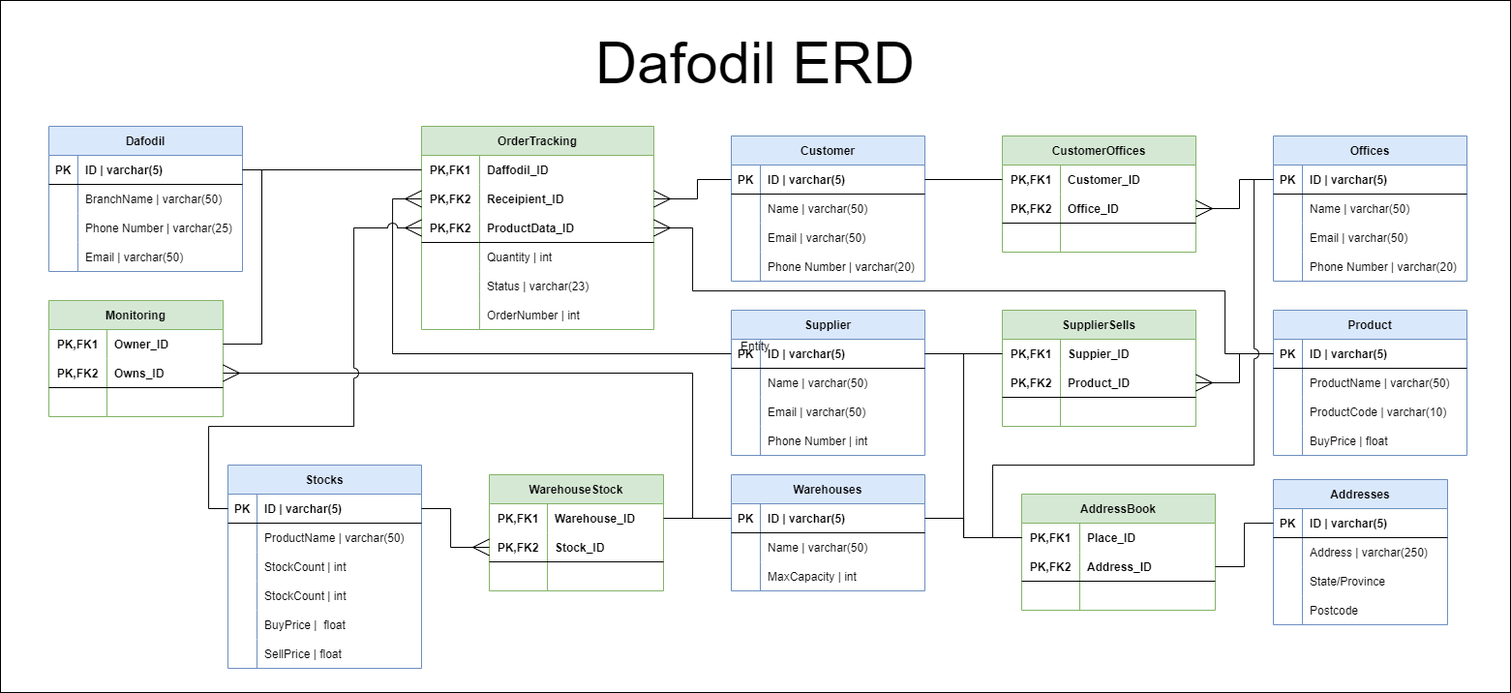
Before: ERDcomplete.png, a diagram exported from draw.io (BaiOmarFromBathSpa/Databases-Assesment). Source tidied: cells renumbered, new cells last; positions are measured from the earlier drawing's top-left corner, leaving out a move shared by most shapes.
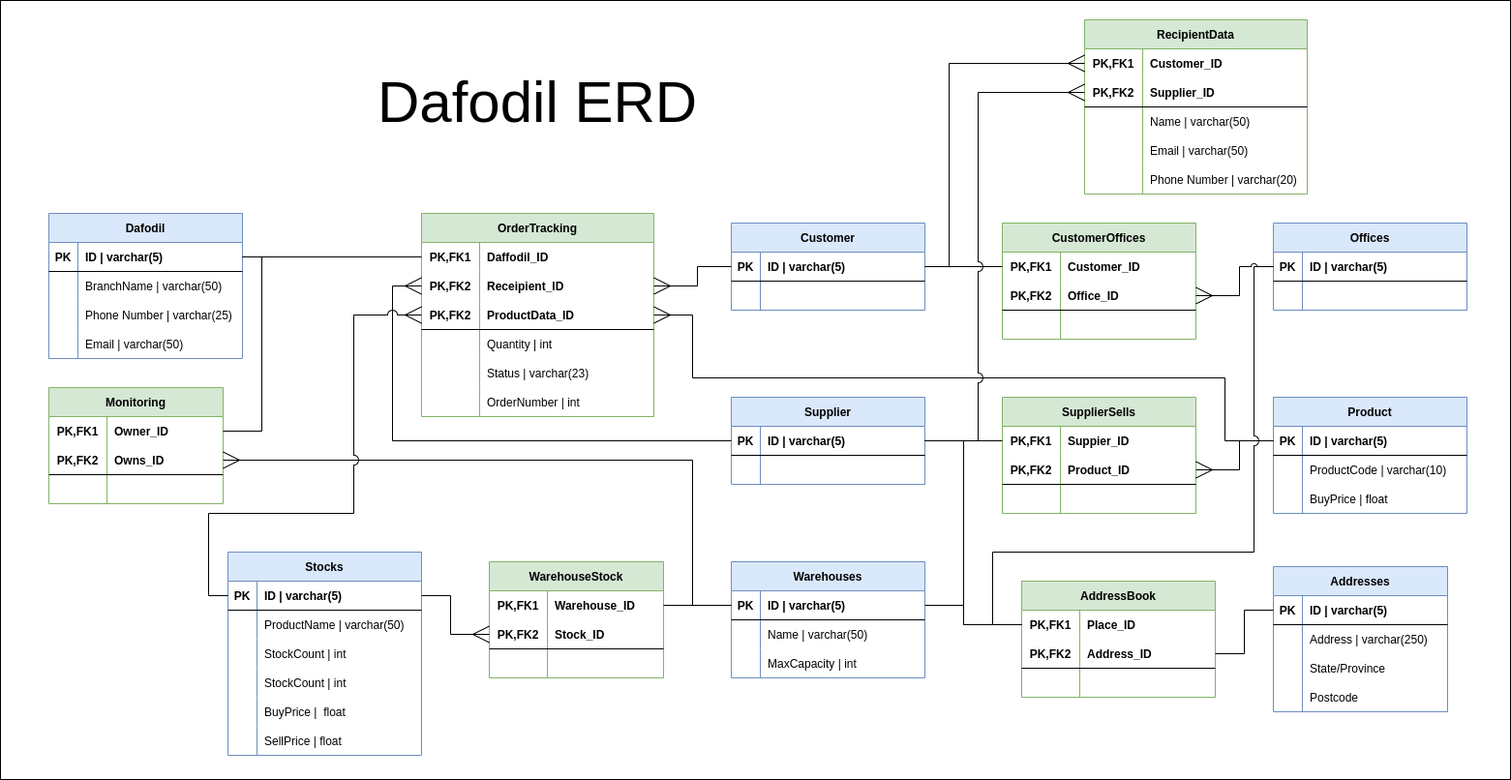
The same file after the commit.

Diff of the diagram source:
```diff
@@ -4,4 +4,4 @@
     <mxCell id="1" parent="0" />
-    <mxCell id="2" value="Entity" style="whiteSpace=wrap;html=1;align=center;strokeColor=default;fillColor=default;backgroundOutline=1;" parent="1" vertex="1">
-      <mxGeometry width="1560" height="715" as="geometry" />
+    <mxCell id="2" style="whiteSpace=wrap;html=1;align=center;strokeColor=default;fillColor=default;backgroundOutline=1;" parent="1" vertex="1">
+      <mxGeometry y="-90" width="1560" height="805" as="geometry" />
     </mxCell>
@@ -38,3 +38,3 @@
     <mxCell id="13" value="Customer" style="shape=table;startSize=30;rowLines=0;fontStyle=1;align=center;strokeColor=#6c8ebf;fillColor=#dae8fc;" parent="1" vertex="1">
-      <mxGeometry x="755" y="140" width="200" height="150" as="geometry" />
+      <mxGeometry x="755" y="140" width="200" height="90" as="geometry" />
     </mxCell>
@@ -49,31 +49,13 @@
     </mxCell>
-    <mxCell id="17" style="shape=tableRow;horizontal=0;startSize=0;swimlaneHead=0;swimlaneBody=0;fillColor=none;top=0;left=0;right=0;bottom=0;strokeColor=default;" parent="13" vertex="1">
-      <mxGeometry y="60" width="200" height="30" as="geometry" />
-    </mxCell>
-    <mxCell id="18" style="shape=partialRectangle;fillColor=none;top=0;left=0;bottom=0;right=0;overflow=hidden;strokeColor=default;" parent="17" vertex="1">
-      <mxGeometry width="30" height="30" as="geometry" />
-    </mxCell>
-    <mxCell id="19" value="Name | varchar(50)" style="shape=partialRectangle;fillColor=none;top=0;left=0;bottom=0;right=0;align=left;spacingLeft=6;overflow=hidden;strokeColor=default;" parent="17" vertex="1">
-      <mxGeometry x="30" width="170" height="30" as="geometry" />
-    </mxCell>
-    <mxCell id="20" style="shape=tableRow;horizontal=0;startSize=0;swimlaneHead=0;swimlaneBody=0;fillColor=none;top=0;left=0;right=0;bottom=0;strokeColor=default;" parent="13" vertex="1">
-      <mxGeometry y="90" width="200" height="30" as="geometry" />
-    </mxCell>
-    <mxCell id="21" style="shape=partialRectangle;fillColor=none;top=0;left=0;bottom=0;right=0;overflow=hidden;strokeColor=default;" parent="20" vertex="1">
-      <mxGeometry width="30" height="30" as="geometry" />
-    </mxCell>
-    <mxCell id="22" value="Email | varchar(50)" style="shape=partialRectangle;fillColor=none;top=0;left=0;bottom=0;right=0;align=left;spacingLeft=6;overflow=hidden;strokeColor=default;" parent="20" vertex="1">
-      <mxGeometry x="30" width="170" height="30" as="geometry" />
-    </mxCell>
-    <mxCell id="23" style="shape=tableRow;horizontal=0;startSize=0;swimlaneHead=0;swimlaneBody=0;fillColor=none;top=0;left=0;right=0;bottom=0;strokeColor=default;" parent="13" vertex="1">
-      <mxGeometry y="120" width="200" height="30" as="geometry" />
-    </mxCell>
-    <mxCell id="24" style="shape=partialRectangle;fillColor=none;top=0;left=0;bottom=0;right=0;overflow=hidden;strokeColor=default;" parent="23" vertex="1">
-      <mxGeometry width="30" height="30" as="geometry" />
-    </mxCell>
-    <mxCell id="25" value="Phone Number | varchar(20)" style="shape=partialRectangle;fillColor=none;top=0;left=0;bottom=0;right=0;align=left;spacingLeft=6;overflow=hidden;strokeColor=default;" parent="23" vertex="1">
-      <mxGeometry x="30" width="170" height="30" as="geometry" />
-    </mxCell>
+    <mxCell id="197" style="shape=tableRow;horizontal=0;startSize=0;swimlaneHead=0;swimlaneBody=0;fillColor=none;top=0;left=0;right=0;bottom=0;strokeColor=default;" parent="13" vertex="1">
+      <mxGeometry y="60" width="200" height="30" as="geometry" />
+    </mxCell>
+    <mxCell id="198" style="shape=partialRectangle;fillColor=none;top=0;left=0;bottom=0;right=0;overflow=hidden;strokeColor=default;" parent="197" vertex="1">
+      <mxGeometry width="30" height="30" as="geometry" />
+    </mxCell>
+    <mxCell id="199" style="shape=partialRectangle;fillColor=none;top=0;left=0;bottom=0;right=0;align=left;spacingLeft=6;overflow=hidden;strokeColor=default;" parent="197" vertex="1">
+      <mxGeometry x="30" width="170" height="30" as="geometry" />
+    </mxCell>
     <mxCell id="26" value="Offices" style="shape=table;startSize=30;rowLines=0;fontStyle=1;align=center;strokeColor=#6c8ebf;fillColor=#dae8fc;" parent="1" vertex="1">
-      <mxGeometry x="1315" y="140" width="200" height="150" as="geometry" />
+      <mxGeometry x="1315" y="140" width="200" height="90" as="geometry" />
     </mxCell>
@@ -88,22 +70,4 @@
     </mxCell>
-    <mxCell id="30" style="shape=tableRow;horizontal=0;startSize=0;swimlaneHead=0;swimlaneBody=0;fillColor=none;top=0;left=0;right=0;bottom=0;strokeColor=default;" parent="26" vertex="1">
-      <mxGeometry y="60" width="200" height="30" as="geometry" />
-    </mxCell>
-    <mxCell id="31" style="shape=partialRectangle;fillColor=none;top=0;left=0;bottom=0;right=0;overflow=hidden;strokeColor=default;" parent="30" vertex="1">
-      <mxGeometry width="30" height="30" as="geometry" />
-    </mxCell>
-    <mxCell id="32" value="Name | varchar(50)" style="shape=partialRectangle;fillColor=none;top=0;left=0;bottom=0;right=0;align=left;spacingLeft=6;overflow=hidden;strokeColor=default;" parent="30" vertex="1">
-      <mxGeometry x="30" width="170" height="30" as="geometry" />
-    </mxCell>
-    <mxCell id="33" style="shape=tableRow;horizontal=0;startSize=0;swimlaneHead=0;swimlaneBody=0;fillColor=none;top=0;left=0;right=0;bottom=0;strokeColor=default;" parent="26" vertex="1">
-      <mxGeometry y="90" width="200" height="30" as="geometry" />
-    </mxCell>
-    <mxCell id="34" style="shape=partialRectangle;fillColor=none;top=0;left=0;bottom=0;right=0;overflow=hidden;strokeColor=default;" parent="33" vertex="1">
-      <mxGeometry width="30" height="30" as="geometry" />
-    </mxCell>
-    <mxCell id="35" value="Email | varchar(50)" style="shape=partialRectangle;fillColor=none;top=0;left=0;bottom=0;right=0;align=left;spacingLeft=6;overflow=hidden;strokeColor=default;" parent="33" vertex="1">
-      <mxGeometry x="30" width="170" height="30" as="geometry" />
-    </mxCell>
     <mxCell id="36" style="shape=tableRow;horizontal=0;startSize=0;swimlaneHead=0;swimlaneBody=0;fillColor=none;top=0;left=0;right=0;bottom=0;strokeColor=default;" parent="26" vertex="1">
-      <mxGeometry y="120" width="200" height="30" as="geometry" />
+      <mxGeometry y="60" width="200" height="30" as="geometry" />
     </mxCell>
@@ -112,3 +76,3 @@
     </mxCell>
-    <mxCell id="38" value="Phone Number | varchar(20)" style="shape=partialRectangle;fillColor=none;top=0;left=0;bottom=0;right=0;align=left;spacingLeft=6;overflow=hidden;strokeColor=default;" parent="36" vertex="1">
+    <mxCell id="38" style="shape=partialRectangle;fillColor=none;top=0;left=0;bottom=0;right=0;align=left;spacingLeft=6;overflow=hidden;strokeColor=default;" parent="36" vertex="1">
       <mxGeometry x="30" width="170" height="30" as="geometry" />
@@ -290,3 +254,3 @@
     <mxCell id="97" value="Supplier" style="shape=table;startSize=30;rowLines=0;fontStyle=1;align=center;strokeColor=#6c8ebf;fillColor=#dae8fc;" parent="1" vertex="1">
-      <mxGeometry x="755" y="320" width="200" height="150" as="geometry" />
+      <mxGeometry x="755" y="320" width="200" height="90" as="geometry" />
     </mxCell>
@@ -301,22 +265,4 @@
     </mxCell>
-    <mxCell id="101" style="shape=tableRow;horizontal=0;startSize=0;swimlaneHead=0;swimlaneBody=0;fillColor=none;top=0;left=0;right=0;bottom=0;strokeColor=default;" parent="97" vertex="1">
-      <mxGeometry y="60" width="200" height="30" as="geometry" />
-    </mxCell>
-    <mxCell id="102" style="shape=partialRectangle;fillColor=none;top=0;left=0;bottom=0;right=0;overflow=hidden;strokeColor=default;" parent="101" vertex="1">
-      <mxGeometry width="30" height="30" as="geometry" />
-    </mxCell>
-    <mxCell id="103" value="Name | varchar(50)" style="shape=partialRectangle;fillColor=none;top=0;left=0;bottom=0;right=0;align=left;spacingLeft=6;overflow=hidden;strokeColor=default;" parent="101" vertex="1">
-      <mxGeometry x="30" width="170" height="30" as="geometry" />
-    </mxCell>
-    <mxCell id="104" style="shape=tableRow;horizontal=0;startSize=0;swimlaneHead=0;swimlaneBody=0;fillColor=none;top=0;left=0;right=0;bottom=0;strokeColor=default;" parent="97" vertex="1">
-      <mxGeometry y="90" width="200" height="30" as="geometry" />
-    </mxCell>
-    <mxCell id="105" style="shape=partialRectangle;fillColor=none;top=0;left=0;bottom=0;right=0;overflow=hidden;strokeColor=default;" parent="104" vertex="1">
-      <mxGeometry width="30" height="30" as="geometry" />
-    </mxCell>
-    <mxCell id="106" value="Email | varchar(50)" style="shape=partialRectangle;fillColor=none;top=0;left=0;bottom=0;right=0;align=left;spacingLeft=6;overflow=hidden;strokeColor=default;" parent="104" vertex="1">
-      <mxGeometry x="30" width="170" height="30" as="geometry" />
-    </mxCell>
     <mxCell id="107" style="shape=tableRow;horizontal=0;startSize=0;swimlaneHead=0;swimlaneBody=0;fillColor=none;top=0;left=0;right=0;bottom=0;strokeColor=default;" parent="97" vertex="1">
-      <mxGeometry y="120" width="200" height="30" as="geometry" />
+      <mxGeometry y="60" width="200" height="30" as="geometry" />
     </mxCell>
@@ -325,3 +271,3 @@
     </mxCell>
-    <mxCell id="109" value="Phone Number | int" style="shape=partialRectangle;fillColor=none;top=0;left=0;bottom=0;right=0;align=left;spacingLeft=6;overflow=hidden;strokeColor=default;" parent="107" vertex="1">
+    <mxCell id="109" style="shape=partialRectangle;fillColor=none;top=0;left=0;bottom=0;right=0;align=left;spacingLeft=6;overflow=hidden;strokeColor=default;" parent="107" vertex="1">
       <mxGeometry x="30" width="170" height="30" as="geometry" />
@@ -332,3 +278,3 @@
     <mxCell id="111" value="Product" style="shape=table;startSize=30;rowLines=0;fontStyle=1;align=center;strokeColor=#6c8ebf;fillColor=#dae8fc;" parent="1" vertex="1">
-      <mxGeometry x="1315" y="320" width="200" height="150" as="geometry" />
+      <mxGeometry x="1315" y="320" width="200" height="120" as="geometry" />
     </mxCell>
@@ -343,13 +289,4 @@
     </mxCell>
-    <mxCell id="115" style="shape=tableRow;horizontal=0;startSize=0;swimlaneHead=0;swimlaneBody=0;fillColor=none;top=0;left=0;right=0;bottom=0;strokeColor=default;" parent="111" vertex="1">
-      <mxGeometry y="60" width="200" height="30" as="geometry" />
-    </mxCell>
-    <mxCell id="116" style="shape=partialRectangle;fillColor=none;top=0;left=0;bottom=0;right=0;overflow=hidden;strokeColor=default;" parent="115" vertex="1">
-      <mxGeometry width="30" height="30" as="geometry" />
-    </mxCell>
-    <mxCell id="117" value="ProductName | varchar(50)" style="shape=partialRectangle;fillColor=none;top=0;left=0;bottom=0;right=0;align=left;spacingLeft=6;overflow=hidden;strokeColor=default;" parent="115" vertex="1">
-      <mxGeometry x="30" width="170" height="30" as="geometry" />
-    </mxCell>
     <mxCell id="118" style="shape=tableRow;horizontal=0;startSize=0;swimlaneHead=0;swimlaneBody=0;fillColor=none;top=0;left=0;right=0;bottom=0;strokeColor=default;" parent="111" vertex="1">
-      <mxGeometry y="90" width="200" height="30" as="geometry" />
+      <mxGeometry y="60" width="200" height="30" as="geometry" />
     </mxCell>
@@ -362,3 +299,3 @@
     <mxCell id="121" style="shape=tableRow;horizontal=0;startSize=0;swimlaneHead=0;swimlaneBody=0;fillColor=none;top=0;left=0;right=0;bottom=0;strokeColor=default;" parent="111" vertex="1">
-      <mxGeometry y="120" width="200" height="30" as="geometry" />
+      <mxGeometry y="90" width="200" height="30" as="geometry" />
     </mxCell>
@@ -623,4 +560,68 @@
     <mxCell id="196" value="&lt;font style=&quot;font-size: 60px;&quot;&gt;Dafodil ERD&lt;/font&gt;" style="whiteSpace=wrap;html=1;align=center;strokeColor=none;fontSize=40;fillColor=default;" parent="1" vertex="1">
-      <mxGeometry x="550" y="20" width="460" height="90" as="geometry" />
+      <mxGeometry x="325" y="-30" width="460" height="90" as="geometry" />
     </mxCell>
+    <mxCell id="200" value="RecipientData" style="shape=table;startSize=30;rowLines=0;fontStyle=1;align=center;strokeColor=#82b366;fillColor=#d5e8d4;" parent="1" vertex="1">
+      <mxGeometry x="1120" y="-70" width="230" height="180" as="geometry" />
+    </mxCell>
+    <mxCell id="201" style="shape=tableRow;horizontal=0;startSize=0;swimlaneHead=0;swimlaneBody=0;fillColor=none;points=[[0,0.5],[1,0.5]];portConstraint=eastwest;top=0;left=0;right=0;bottom=0;strokeColor=default;" parent="200" vertex="1">
+      <mxGeometry y="30" width="230" height="30" as="geometry" />
+    </mxCell>
+    <mxCell id="202" value="PK,FK1" style="shape=partialRectangle;fillColor=none;top=0;left=0;bottom=0;right=0;fontStyle=1;overflow=hidden;strokeColor=default;" parent="201" vertex="1">
+      <mxGeometry width="60" height="30" as="geometry" />
+    </mxCell>
+    <mxCell id="203" value="Customer_ID" style="shape=partialRectangle;fillColor=none;top=0;left=0;bottom=0;right=0;align=left;spacingLeft=6;fontStyle=1;overflow=hidden;strokeColor=default;" parent="201" vertex="1">
+      <mxGeometry x="60" width="170" height="30" as="geometry" />
+    </mxCell>
+    <mxCell id="204" style="shape=tableRow;horizontal=0;startSize=0;swimlaneHead=0;swimlaneBody=0;fillColor=none;points=[[0,0.5],[1,0.5]];portConstraint=eastwest;top=0;left=0;right=0;bottom=1;strokeColor=default;" parent="200" vertex="1">
+      <mxGeometry y="60" width="230" height="30" as="geometry" />
+    </mxCell>
+    <mxCell id="205" value="PK,FK2" style="shape=partialRectangle;fillColor=none;top=0;left=0;bottom=0;right=0;fontStyle=1;overflow=hidden;strokeColor=default;" parent="204" vertex="1">
+      <mxGeometry width="60" height="30" as="geometry" />
+    </mxCell>
+    <mxCell id="206" value="Supplier_ID" style="shape=partialRectangle;fillColor=none;top=0;left=0;bottom=0;right=0;align=left;spacingLeft=6;fontStyle=1;overflow=hidden;strokeColor=default;" parent="204" vertex="1">
+      <mxGeometry x="60" width="170" height="30" as="geometry" />
+    </mxCell>
+    <mxCell id="17" style="shape=tableRow;horizontal=0;startSize=0;swimlaneHead=0;swimlaneBody=0;fillColor=none;top=0;left=0;right=0;bottom=0;strokeColor=default;" parent="200" vertex="1">
+      <mxGeometry y="90" width="230" height="30" as="geometry" />
+    </mxCell>
+    <mxCell id="18" style="shape=partialRectangle;fillColor=none;top=0;left=0;bottom=0;right=0;overflow=hidden;strokeColor=default;" parent="17" vertex="1">
+      <mxGeometry width="60" height="30" as="geometry" />
+    </mxCell>
+    <mxCell id="19" value="Name | varchar(50)" style="shape=partialRectangle;fillColor=none;top=0;left=0;bottom=0;right=0;align=left;spacingLeft=6;overflow=hidden;strokeColor=default;" parent="17" vertex="1">
+      <mxGeometry x="60" width="170" height="30" as="geometry" />
+    </mxCell>
+    <mxCell id="20" style="shape=tableRow;horizontal=0;startSize=0;swimlaneHead=0;swimlaneBody=0;fillColor=none;top=0;left=0;right=0;bottom=0;strokeColor=default;" parent="200" vertex="1">
+      <mxGeometry y="120" width="230" height="30" as="geometry" />
+    </mxCell>
+    <mxCell id="21" style="shape=partialRectangle;fillColor=none;top=0;left=0;bottom=0;right=0;overflow=hidden;strokeColor=default;" parent="20" vertex="1">
+      <mxGeometry width="60" height="30" as="geometry" />
+    </mxCell>
+    <mxCell id="22" value="Email | varchar(50)" style="shape=partialRectangle;fillColor=none;top=0;left=0;bottom=0;right=0;align=left;spacingLeft=6;overflow=hidden;strokeColor=default;" parent="20" vertex="1">
+      <mxGeometry x="60" width="170" height="30" as="geometry" />
+    </mxCell>
+    <mxCell id="23" style="shape=tableRow;horizontal=0;startSize=0;swimlaneHead=0;swimlaneBody=0;fillColor=none;top=0;left=0;right=0;bottom=0;strokeColor=default;" parent="200" vertex="1">
+      <mxGeometry y="150" width="230" height="30" as="geometry" />
+    </mxCell>
+    <mxCell id="24" style="shape=partialRectangle;fillColor=none;top=0;left=0;bottom=0;right=0;overflow=hidden;strokeColor=default;" parent="23" vertex="1">
+      <mxGeometry width="60" height="30" as="geometry" />
+    </mxCell>
+    <mxCell id="25" value="Phone Number | varchar(20)" style="shape=partialRectangle;fillColor=none;top=0;left=0;bottom=0;right=0;align=left;spacingLeft=6;overflow=hidden;strokeColor=default;" parent="23" vertex="1">
+      <mxGeometry x="60" width="170" height="30" as="geometry" />
+    </mxCell>
+    <mxCell id="207" style="edgeStyle=orthogonalEdgeStyle;rounded=0;jettySize=auto;html=1;exitX=1;exitY=0.5;exitDx=0;exitDy=0;entryX=0;entryY=0.5;entryDx=0;entryDy=0;jumpStyle=arc;jumpSize=10;endArrow=ERmany;endFill=0;endSize=15;" parent="1" edge="1" source="14" target="201">
+      <mxGeometry relative="1" as="geometry">
+        <Array as="points">
+          <mxPoint x="980" y="185" />
+          <mxPoint x="980" y="-25" />
+        </Array>
+      </mxGeometry>
+    </mxCell>
+    <mxCell id="208" style="edgeStyle=orthogonalEdgeStyle;rounded=0;jumpStyle=arc;jumpSize=10;jettySize=auto;html=1;exitX=1;exitY=0.5;exitDx=0;exitDy=0;entryX=0;entryY=0.5;entryDx=0;entryDy=0;endArrow=ERmany;endFill=0;endSize=15;" parent="1" edge="1" source="98" target="204">
+      <mxGeometry relative="1" as="geometry">
+        <Array as="points">
+          <mxPoint x="1010" y="365" />
+          <mxPoint x="1010" y="5" />
+        </Array>
+      </mxGeometry>
+    </mxCell>
   </root>
```
